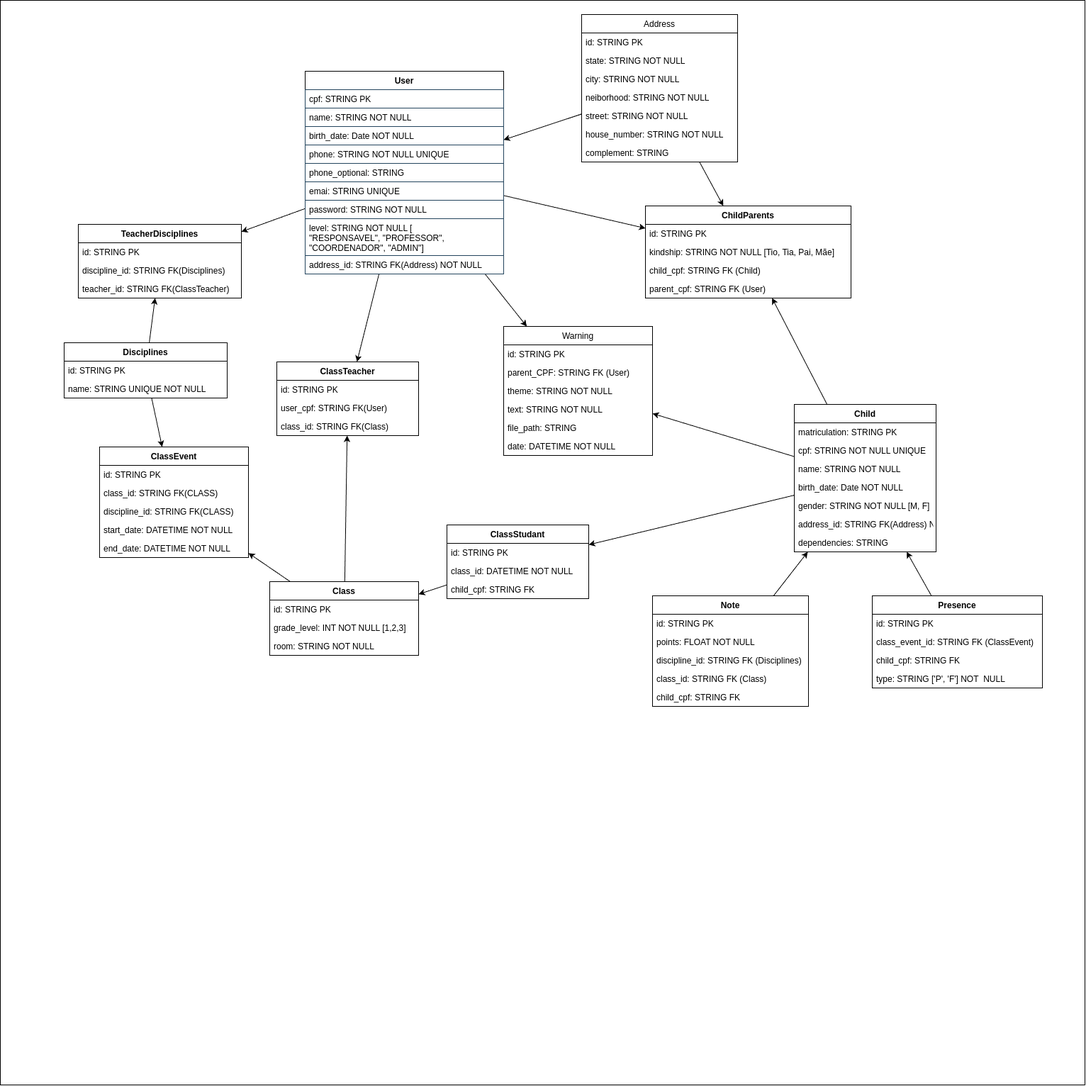
mauriciobenjamin700/SMEIF keeps this draw.io diagram as docs/images/der.png. Above is the earlier version. Source tidied: cells renumbered, new cells last; positions are measured from the earlier drawing's top-left corner, leaving out a move shared by most shapes.
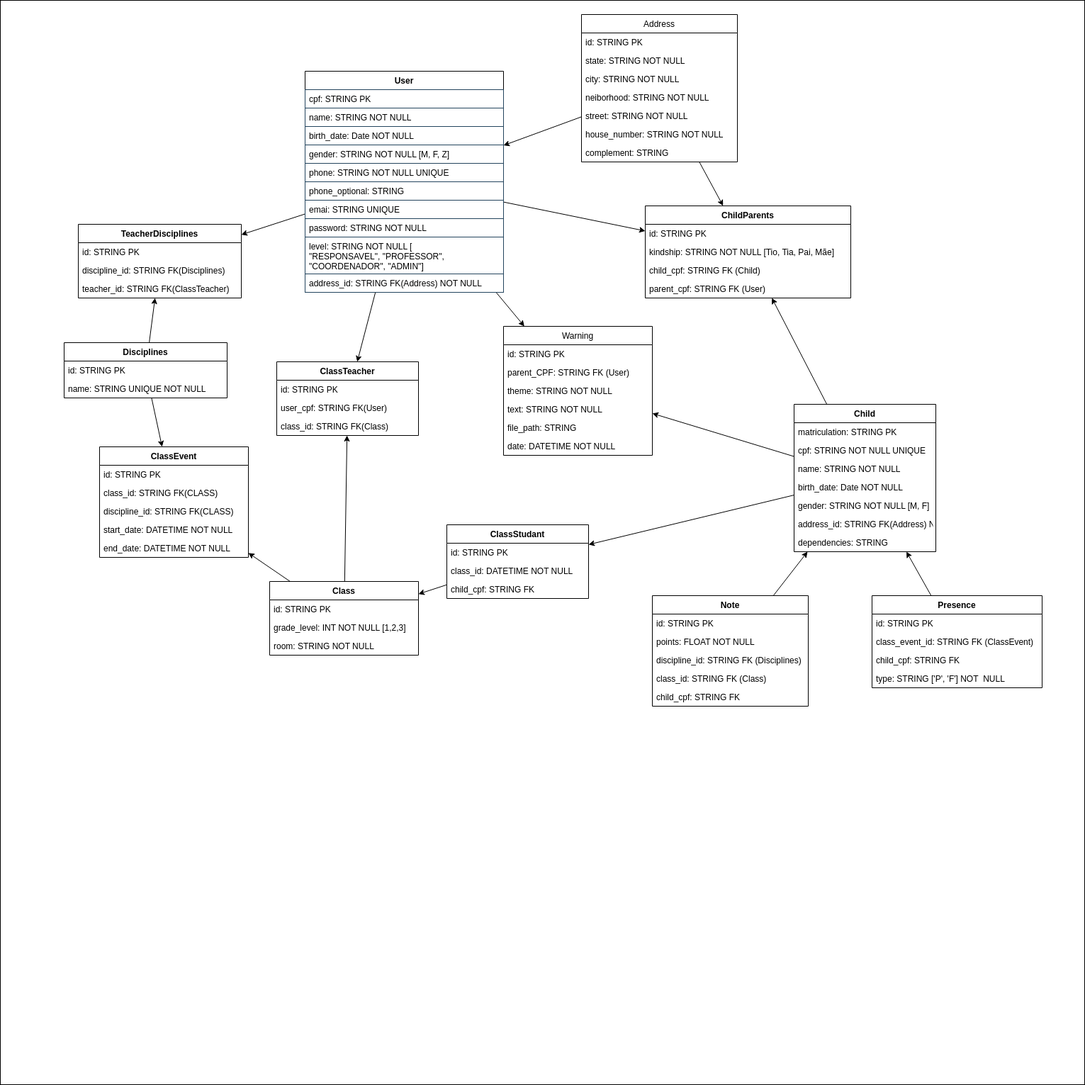
After the change.

Commit message:
docs: update in database diagram where remove addreess table

What changed in the source:
```diff
@@ -18,7 +18,7 @@
       <mxGeometry relative="1" as="geometry" />
     </mxCell>
     <mxCell id="7" value="User" style="swimlane;fontStyle=1;align=center;verticalAlign=top;horizontal=1;startSize=26;" parent="1" vertex="1">
-      <mxGeometry x="430" y="100" width="280" height="286" as="geometry" />
+      <mxGeometry x="430" y="100" width="280" height="312" as="geometry" />
     </mxCell>
     <mxCell id="8" value="cpf: STRING PK" style="text;strokeColor=#23445d;fillColor=none;align=left;verticalAlign=top;spacingLeft=4;spacingRight=4;overflow=hidden;fontColor=#000000;" parent="7" vertex="1">
       <mxGeometry y="26" width="280" height="26" as="geometry" />
@@ -29,23 +29,26 @@
     <mxCell id="10" value="birth_date: Date NOT NULL" style="text;strokeColor=#23445d;fillColor=none;align=left;verticalAlign=top;spacingLeft=4;spacingRight=4;overflow=hidden;fontColor=#000000;" parent="7" vertex="1">
       <mxGeometry y="78" width="280" height="26" as="geometry" />
     </mxCell>
+    <mxCell id="93" value="gender: STRING NOT NULL [M, F, Z]" style="text;strokeColor=#23445d;fillColor=none;align=left;verticalAlign=top;spacingLeft=4;spacingRight=4;overflow=hidden;fontColor=#000000;" parent="7" vertex="1">
+      <mxGeometry y="104" width="280" height="26" as="geometry" />
+    </mxCell>
     <mxCell id="11" value="phone: STRING NOT NULL UNIQUE" style="text;strokeColor=#23445d;fillColor=none;align=left;verticalAlign=top;spacingLeft=4;spacingRight=4;overflow=hidden;fontColor=#000000;" parent="7" vertex="1">
-      <mxGeometry y="104" width="280" height="26" as="geometry" />
+      <mxGeometry y="130" width="280" height="26" as="geometry" />
     </mxCell>
     <mxCell id="12" value="phone_optional: STRING" style="text;strokeColor=#23445d;fillColor=none;align=left;verticalAlign=top;spacingLeft=4;spacingRight=4;overflow=hidden;fontColor=#000000;" parent="7" vertex="1">
-      <mxGeometry y="130" width="280" height="26" as="geometry" />
+      <mxGeometry y="156" width="280" height="26" as="geometry" />
     </mxCell>
     <mxCell id="13" value="emai: STRING UNIQUE" style="text;strokeColor=#23445d;fillColor=none;align=left;verticalAlign=top;spacingLeft=4;spacingRight=4;overflow=hidden;fontColor=#000000;" parent="7" vertex="1">
-      <mxGeometry y="156" width="280" height="26" as="geometry" />
+      <mxGeometry y="182" width="280" height="26" as="geometry" />
     </mxCell>
     <mxCell id="14" value="password: STRING NOT NULL" style="text;strokeColor=#23445d;fillColor=none;align=left;verticalAlign=top;spacingLeft=4;spacingRight=4;overflow=hidden;fontColor=#000000;" parent="7" vertex="1">
-      <mxGeometry y="182" width="280" height="26" as="geometry" />
+      <mxGeometry y="208" width="280" height="26" as="geometry" />
     </mxCell>
     <mxCell id="15" value="level: STRING NOT NULL [&#10;&quot;RESPONSAVEL&quot;, &quot;PROFESSOR&quot;, &#10;&quot;COORDENADOR&quot;, &quot;ADMIN&quot;]" style="text;strokeColor=#23445d;fillColor=none;align=left;verticalAlign=top;spacingLeft=4;spacingRight=4;overflow=hidden;fontColor=#000000;" parent="7" vertex="1">
-      <mxGeometry y="208" width="280" height="52" as="geometry" />
+      <mxGeometry y="234" width="280" height="52" as="geometry" />
     </mxCell>
     <mxCell id="16" value="address_id: STRING FK(Address) NOT NULL" style="text;strokeColor=#23445d;fillColor=none;align=left;verticalAlign=top;spacingLeft=4;spacingRight=4;overflow=hidden;fontColor=#000000;" parent="7" vertex="1">
-      <mxGeometry y="260" width="280" height="26" as="geometry" />
+      <mxGeometry y="286" width="280" height="26" as="geometry" />
     </mxCell>
     <mxCell id="17" style="edgeStyle=none;html=1;strokeColor=#000000;" parent="1" edge="1" source="20" target="47">
       <mxGeometry relative="1" as="geometry" />
```
